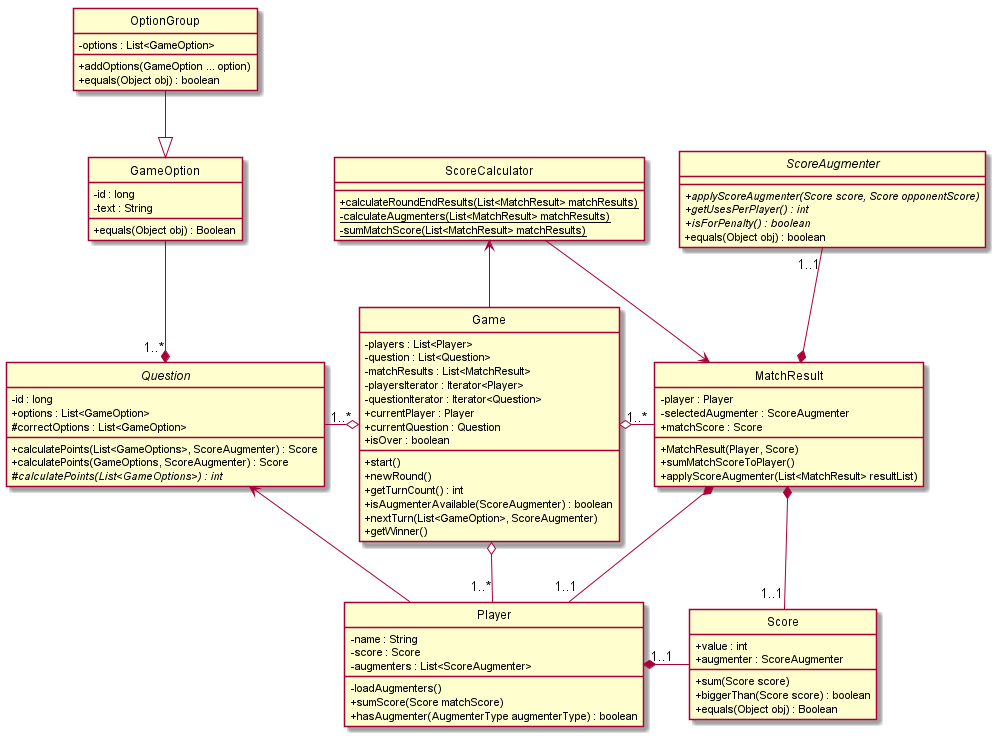
Before: docs/out/DiagramasClase/DiagramaUML-Clases-TP2.png, a diagram exported from PlantUML (GEscandar/TP2-Kahoot).
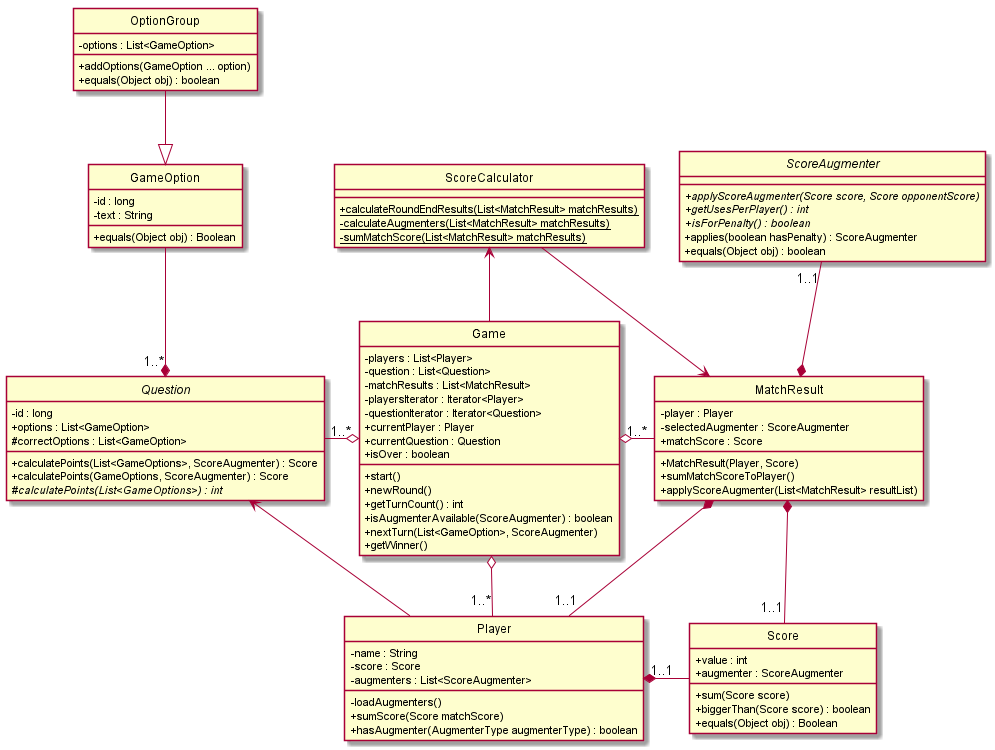
After the commit.

What changed in the source:
```diff
@@ -76,6 +76,7 @@
     + {abstract}applyScoreAugmenter(Score score, Score opponentScore)
     + {abstract}getUsesPerPlayer() : int
     + {abstract}isForPenalty() : boolean
+    + applies(boolean hasPenalty) : ScoreAugmenter
     + equals(Object obj) : boolean
 }
 
```
